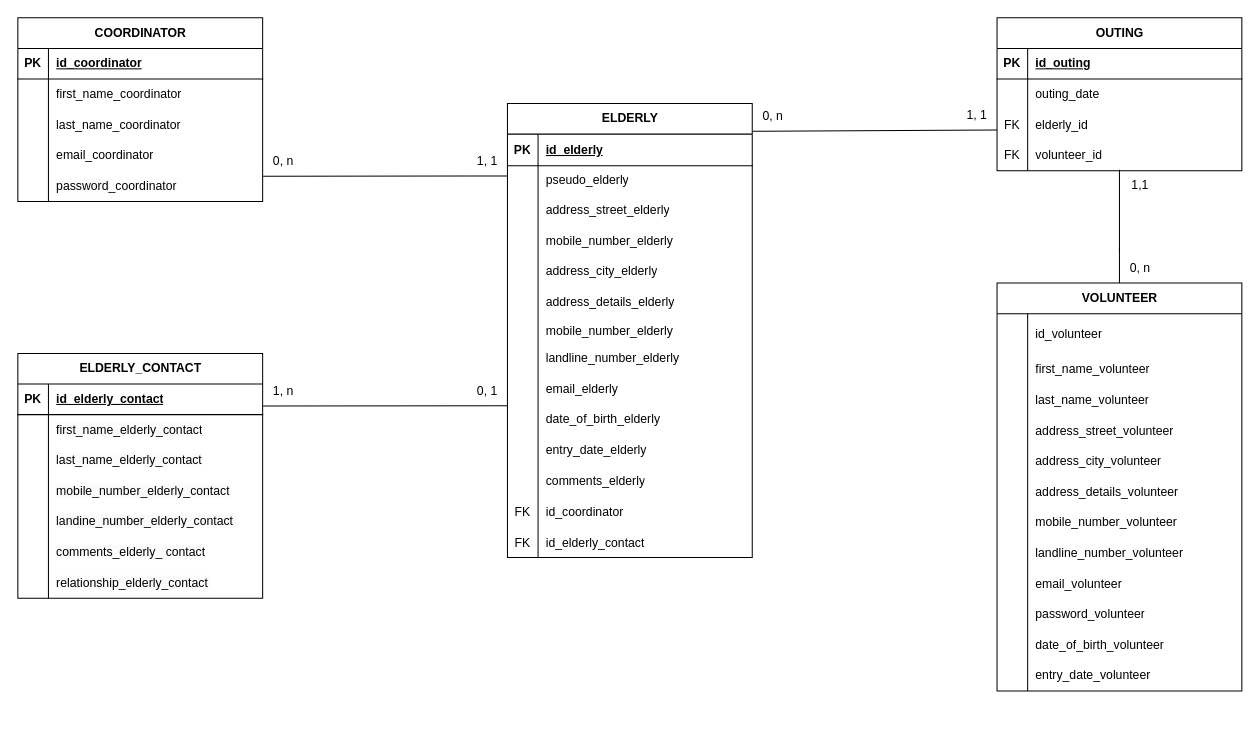
This is page "MLD_MaE" (2 of 4) of MCD_MaE.drawio from AnneGicquel/MCD_Marche_avec_Eliane, a draw.io file, before an edit. Source tidied: cells renumbered, new cells numbered last; positions are measured from the earlier drawing's top-left corner, leaving out a move shared by most shapes. Both pictures are drawn from the tidied source at 102%, with x=0, y=0 at pixel (17, 17).
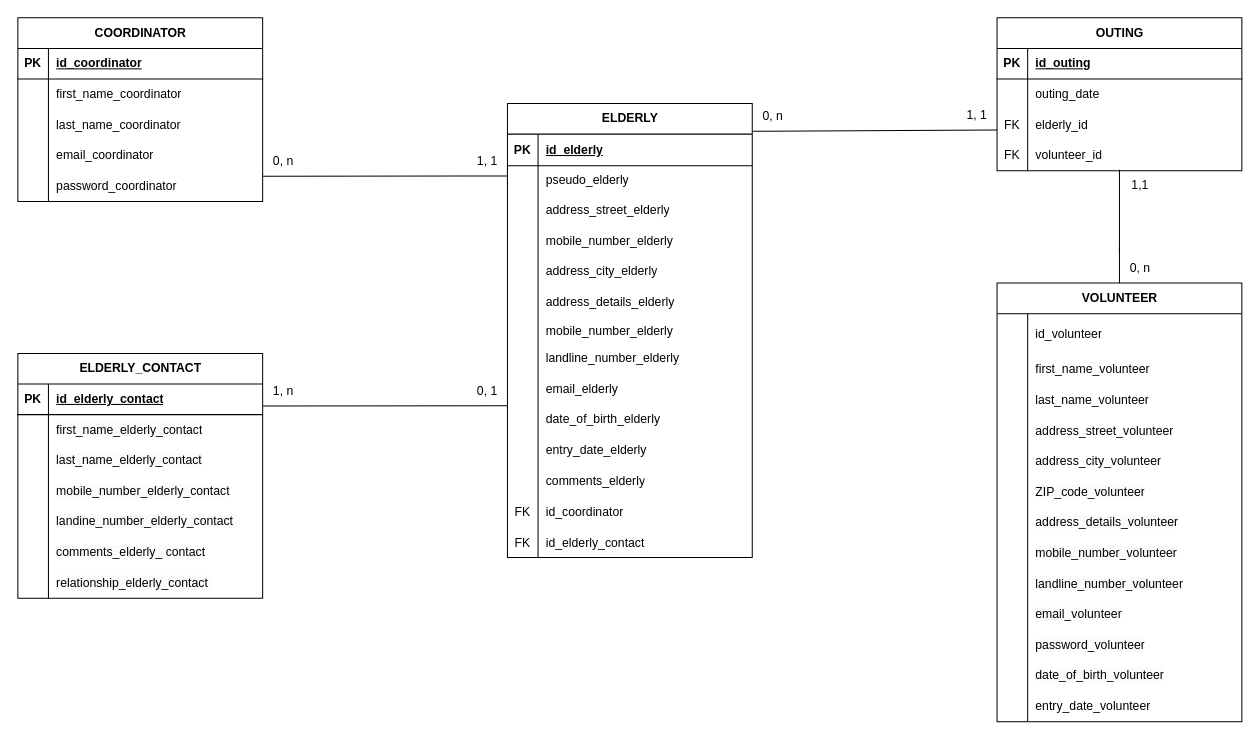
Above is the later version.

The change refers to these unchanged cells:
```xml
<mxCell id="91" style="shape=tableRow;horizontal=0;startSize=0;swimlaneHead=0;swimlaneBody=0;fillColor=none;top=0;left=0;right=0;bottom=0;rounded=0;" parent="75" vertex="1">
  <mxGeometry y="190" width="240" height="30" as="geometry" />
</mxCell>
<mxCell id="94" style="shape=tableRow;horizontal=0;startSize=0;swimlaneHead=0;swimlaneBody=0;fillColor=none;top=0;left=0;right=0;bottom=0;rounded=0;" parent="75" vertex="1">
  <mxGeometry y="220" width="240" height="30" as="geometry" />
</mxCell>
<mxCell id="97" style="shape=tableRow;horizontal=0;startSize=0;swimlaneHead=0;swimlaneBody=0;fillColor=none;top=0;left=0;right=0;bottom=0;rounded=0;" parent="75" vertex="1">
  <mxGeometry y="250" width="240" height="30" as="geometry" />
</mxCell>
<mxCell id="100" style="shape=tableRow;horizontal=0;startSize=0;swimlaneHead=0;swimlaneBody=0;fillColor=none;top=0;left=0;right=0;bottom=0;rounded=0;" parent="75" vertex="1">
  <mxGeometry y="280" width="240" height="30" as="geometry" />
</mxCell>
<mxCell id="103" style="shape=tableRow;horizontal=0;startSize=0;swimlaneHead=0;swimlaneBody=0;fillColor=none;top=0;left=0;right=0;bottom=0;rounded=0;" parent="75" vertex="1">
  <mxGeometry y="310" width="240" height="30" as="geometry" />
</mxCell>
<mxCell id="106" style="shape=tableRow;horizontal=0;startSize=0;swimlaneHead=0;swimlaneBody=0;fillColor=none;top=0;left=0;right=0;bottom=0;rounded=0;" parent="75" vertex="1">
  <mxGeometry y="340" width="240" height="30" as="geometry" />
</mxCell>
<mxCell id="109" style="shape=tableRow;horizontal=0;startSize=0;swimlaneHead=0;swimlaneBody=0;fillColor=none;top=0;left=0;right=0;bottom=0;rounded=0;" parent="75" vertex="1">
  <mxGeometry y="370" width="240" height="30" as="geometry" />
</mxCell>
```

The edit, as a diff of the source:
```diff
@@
     <mxCell id="75" value="&lt;span style=&quot;text-align: left; text-wrap: wrap;&quot;&gt;VOLUNTEER&lt;/span&gt;" style="shape=table;startSize=30;childLayout=tableLayout;rowLines=0;fontStyle=1;align=center;html=1;rounded=0;" parent="1" vertex="1">
-      <mxGeometry x="960" y="260" width="240" height="400" as="geometry" />
+      <mxGeometry x="960" y="260" width="240" height="430" as="geometry" />
     </mxCell>
@@
-    <mxCell id="93" value="address_details_volunteer" style="shape=partialRectangle;fillColor=none;top=0;left=0;bottom=0;right=0;align=left;spacingLeft=6;overflow=hidden;whiteSpace=wrap;html=1;rounded=0;" parent="91" vertex="1">
+    <mxCell id="93" value="&lt;span style=&quot;color: rgb(0, 0, 0); font-family: Helvetica; font-size: 12px; font-style: normal; font-variant-ligatures: normal; font-variant-caps: normal; font-weight: 400; letter-spacing: normal; orphans: 2; text-align: left; text-indent: 0px; text-transform: none; widows: 2; word-spacing: 0px; -webkit-text-stroke-width: 0px; white-space: normal; background-color: rgb(251, 251, 251); text-decoration-thickness: initial; text-decoration-style: initial; text-decoration-color: initial; display: inline !important; float: none;&quot;&gt;ZIP_code_volunteer&lt;/span&gt;" style="shape=partialRectangle;fillColor=none;top=0;left=0;bottom=0;right=0;align=left;spacingLeft=6;overflow=hidden;whiteSpace=wrap;html=1;rounded=0;" parent="91" vertex="1">
       <mxGeometry x="30" width="210" height="30" as="geometry" />
     </mxCell>
@@
-    <mxCell id="96" value="&lt;span style=&quot;white-space-collapse: preserve;&quot;&gt;mobile_number_&lt;/span&gt;volunteer" style="shape=partialRectangle;fillColor=none;top=0;left=0;bottom=0;right=0;align=left;spacingLeft=6;overflow=hidden;whiteSpace=wrap;html=1;rounded=0;" parent="94" vertex="1">
+    <mxCell id="96" value="&lt;span style=&quot;color: rgb(0, 0, 0); font-family: Helvetica; font-size: 12px; font-style: normal; font-variant-ligatures: normal; font-variant-caps: normal; font-weight: 400; letter-spacing: normal; orphans: 2; text-align: left; text-indent: 0px; text-transform: none; widows: 2; word-spacing: 0px; -webkit-text-stroke-width: 0px; white-space: normal; background-color: rgb(251, 251, 251); text-decoration-thickness: initial; text-decoration-style: initial; text-decoration-color: initial; display: inline !important; float: none;&quot;&gt;address_details_volunteer&lt;/span&gt;" style="shape=partialRectangle;fillColor=none;top=0;left=0;bottom=0;right=0;align=left;spacingLeft=6;overflow=hidden;whiteSpace=wrap;html=1;rounded=0;" parent="94" vertex="1">
       <mxGeometry x="30" width="210" height="30" as="geometry" />
     </mxCell>
@@
-    <mxCell id="99" value="&lt;span style=&quot;white-space-collapse: preserve;&quot;&gt;landline_number_&lt;/span&gt;volunteer" style="shape=partialRectangle;fillColor=none;top=0;left=0;bottom=0;right=0;align=left;spacingLeft=6;overflow=hidden;whiteSpace=wrap;html=1;rounded=0;" parent="97" vertex="1">
+    <mxCell id="99" value="&lt;span style=&quot;forced-color-adjust: none; color: rgb(0, 0, 0); font-family: Helvetica; font-size: 12px; font-style: normal; font-variant-ligatures: normal; font-variant-caps: normal; font-weight: 400; letter-spacing: normal; orphans: 2; text-align: left; text-indent: 0px; text-transform: none; widows: 2; word-spacing: 0px; -webkit-text-stroke-width: 0px; white-space: pre-wrap; background-color: rgb(251, 251, 251); text-decoration-thickness: initial; text-decoration-style: initial; text-decoration-color: initial;&quot;&gt;mobile_number_&lt;/span&gt;&lt;span style=&quot;color: rgb(0, 0, 0); font-family: Helvetica; font-size: 12px; font-style: normal; font-variant-ligatures: normal; font-variant-caps: normal; font-weight: 400; letter-spacing: normal; orphans: 2; text-align: left; text-indent: 0px; text-transform: none; widows: 2; word-spacing: 0px; -webkit-text-stroke-width: 0px; white-space: normal; background-color: rgb(251, 251, 251); text-decoration-thickness: initial; text-decoration-style: initial; text-decoration-color: initial; display: inline !important; float: none;&quot;&gt;volunteer&lt;/span&gt;" style="shape=partialRectangle;fillColor=none;top=0;left=0;bottom=0;right=0;align=left;spacingLeft=6;overflow=hidden;whiteSpace=wrap;html=1;rounded=0;" parent="97" vertex="1">
       <mxGeometry x="30" width="210" height="30" as="geometry" />
     </mxCell>
@@
-    <mxCell id="102" value="&lt;span style=&quot;white-space-collapse: preserve;&quot;&gt;email_&lt;/span&gt;volunteer" style="shape=partialRectangle;fillColor=none;top=0;left=0;bottom=0;right=0;align=left;spacingLeft=6;overflow=hidden;whiteSpace=wrap;html=1;rounded=0;" parent="100" vertex="1">
+    <mxCell id="102" value="&lt;span style=&quot;forced-color-adjust: none; color: rgb(0, 0, 0); font-family: Helvetica; font-size: 12px; font-style: normal; font-variant-ligatures: normal; font-variant-caps: normal; font-weight: 400; letter-spacing: normal; orphans: 2; text-align: left; text-indent: 0px; text-transform: none; widows: 2; word-spacing: 0px; -webkit-text-stroke-width: 0px; white-space: pre-wrap; background-color: rgb(251, 251, 251); text-decoration-thickness: initial; text-decoration-style: initial; text-decoration-color: initial;&quot;&gt;landline_number_&lt;/span&gt;&lt;span style=&quot;color: rgb(0, 0, 0); font-family: Helvetica; font-size: 12px; font-style: normal; font-variant-ligatures: normal; font-variant-caps: normal; font-weight: 400; letter-spacing: normal; orphans: 2; text-align: left; text-indent: 0px; text-transform: none; widows: 2; word-spacing: 0px; -webkit-text-stroke-width: 0px; white-space: normal; background-color: rgb(251, 251, 251); text-decoration-thickness: initial; text-decoration-style: initial; text-decoration-color: initial; display: inline !important; float: none;&quot;&gt;volunteer&lt;/span&gt;" style="shape=partialRectangle;fillColor=none;top=0;left=0;bottom=0;right=0;align=left;spacingLeft=6;overflow=hidden;whiteSpace=wrap;html=1;rounded=0;" parent="100" vertex="1">
       <mxGeometry x="30" width="210" height="30" as="geometry" />
     </mxCell>
@@
-    <mxCell id="105" value="&lt;span style=&quot;white-space-collapse: preserve;&quot;&gt;password_&lt;/span&gt;volunteer" style="shape=partialRectangle;fillColor=none;top=0;left=0;bottom=0;right=0;align=left;spacingLeft=6;overflow=hidden;whiteSpace=wrap;html=1;rounded=0;" parent="103" vertex="1">
+    <mxCell id="105" value="&lt;span style=&quot;forced-color-adjust: none; color: rgb(0, 0, 0); font-family: Helvetica; font-size: 12px; font-style: normal; font-variant-ligatures: normal; font-variant-caps: normal; font-weight: 400; letter-spacing: normal; orphans: 2; text-align: left; text-indent: 0px; text-transform: none; widows: 2; word-spacing: 0px; -webkit-text-stroke-width: 0px; white-space: pre-wrap; background-color: rgb(251, 251, 251); text-decoration-thickness: initial; text-decoration-style: initial; text-decoration-color: initial;&quot;&gt;email_&lt;/span&gt;&lt;span style=&quot;color: rgb(0, 0, 0); font-family: Helvetica; font-size: 12px; font-style: normal; font-variant-ligatures: normal; font-variant-caps: normal; font-weight: 400; letter-spacing: normal; orphans: 2; text-align: left; text-indent: 0px; text-transform: none; widows: 2; word-spacing: 0px; -webkit-text-stroke-width: 0px; white-space: normal; background-color: rgb(251, 251, 251); text-decoration-thickness: initial; text-decoration-style: initial; text-decoration-color: initial; display: inline !important; float: none;&quot;&gt;volunteer&lt;/span&gt;" style="shape=partialRectangle;fillColor=none;top=0;left=0;bottom=0;right=0;align=left;spacingLeft=6;overflow=hidden;whiteSpace=wrap;html=1;rounded=0;" parent="103" vertex="1">
       <mxGeometry x="30" width="210" height="30" as="geometry" />
     </mxCell>
@@
-    <mxCell id="108" value="&lt;span style=&quot;white-space-collapse: preserve;&quot;&gt;date_of_birth_&lt;/span&gt;volunteer" style="shape=partialRectangle;fillColor=none;top=0;left=0;bottom=0;right=0;align=left;spacingLeft=6;overflow=hidden;whiteSpace=wrap;html=1;rounded=0;" parent="106" vertex="1">
+    <mxCell id="108" value="&lt;span style=&quot;forced-color-adjust: none; color: rgb(0, 0, 0); font-family: Helvetica; font-size: 12px; font-style: normal; font-variant-ligatures: normal; font-variant-caps: normal; font-weight: 400; letter-spacing: normal; orphans: 2; text-align: left; text-indent: 0px; text-transform: none; widows: 2; word-spacing: 0px; -webkit-text-stroke-width: 0px; white-space: pre-wrap; background-color: rgb(251, 251, 251); text-decoration-thickness: initial; text-decoration-style: initial; text-decoration-color: initial;&quot;&gt;password_&lt;/span&gt;&lt;span style=&quot;color: rgb(0, 0, 0); font-family: Helvetica; font-size: 12px; font-style: normal; font-variant-ligatures: normal; font-variant-caps: normal; font-weight: 400; letter-spacing: normal; orphans: 2; text-align: left; text-indent: 0px; text-transform: none; widows: 2; word-spacing: 0px; -webkit-text-stroke-width: 0px; white-space: normal; background-color: rgb(251, 251, 251); text-decoration-thickness: initial; text-decoration-style: initial; text-decoration-color: initial; display: inline !important; float: none;&quot;&gt;volunteer&lt;/span&gt;" style="shape=partialRectangle;fillColor=none;top=0;left=0;bottom=0;right=0;align=left;spacingLeft=6;overflow=hidden;whiteSpace=wrap;html=1;rounded=0;" parent="106" vertex="1">
       <mxGeometry x="30" width="210" height="30" as="geometry" />
     </mxCell>
@@
-    <mxCell id="111" value="&lt;span style=&quot;white-space-collapse: preserve;&quot;&gt;entry_date_volunteer&lt;/span&gt;" style="shape=partialRectangle;fillColor=none;top=0;left=0;bottom=0;right=0;align=left;spacingLeft=6;overflow=hidden;whiteSpace=wrap;html=1;rounded=0;" parent="109" vertex="1">
+    <mxCell id="111" value="&lt;span style=&quot;forced-color-adjust: none; color: rgb(0, 0, 0); font-family: Helvetica; font-size: 12px; font-style: normal; font-variant-ligatures: normal; font-variant-caps: normal; font-weight: 400; letter-spacing: normal; orphans: 2; text-align: left; text-indent: 0px; text-transform: none; widows: 2; word-spacing: 0px; -webkit-text-stroke-width: 0px; white-space: pre-wrap; background-color: rgb(251, 251, 251); text-decoration-thickness: initial; text-decoration-style: initial; text-decoration-color: initial;&quot;&gt;date_of_birth_&lt;/span&gt;&lt;span style=&quot;color: rgb(0, 0, 0); font-family: Helvetica; font-size: 12px; font-style: normal; font-variant-ligatures: normal; font-variant-caps: normal; font-weight: 400; letter-spacing: normal; orphans: 2; text-align: left; text-indent: 0px; text-transform: none; widows: 2; word-spacing: 0px; -webkit-text-stroke-width: 0px; white-space: normal; background-color: rgb(251, 251, 251); text-decoration-thickness: initial; text-decoration-style: initial; text-decoration-color: initial; display: inline !important; float: none;&quot;&gt;volunteer&lt;/span&gt;" style="shape=partialRectangle;fillColor=none;top=0;left=0;bottom=0;right=0;align=left;spacingLeft=6;overflow=hidden;whiteSpace=wrap;html=1;rounded=0;" parent="109" vertex="1">
       <mxGeometry x="30" width="210" height="30" as="geometry" />
     </mxCell>
+    <mxCell id="166" style="shape=tableRow;horizontal=0;startSize=0;swimlaneHead=0;swimlaneBody=0;fillColor=none;top=0;left=0;right=0;bottom=0;rounded=0;" parent="75" vertex="1">
+      <mxGeometry y="400" width="240" height="30" as="geometry" />
+    </mxCell>
+    <mxCell id="167" style="shape=partialRectangle;fillColor=none;top=0;left=0;bottom=0;right=0;overflow=hidden;whiteSpace=wrap;html=1;rounded=0;" parent="166" vertex="1">
+      <mxGeometry width="30" height="30" as="geometry" />
+    </mxCell>
+    <mxCell id="168" value="&lt;span style=&quot;white-space-collapse: preserve;&quot;&gt;entry_date_volunteer&lt;/span&gt;" style="shape=partialRectangle;fillColor=none;top=0;left=0;bottom=0;right=0;align=left;spacingLeft=6;overflow=hidden;whiteSpace=wrap;html=1;rounded=0;" parent="166" vertex="1">
+      <mxGeometry x="30" width="210" height="30" as="geometry" />
+    </mxCell>
```
